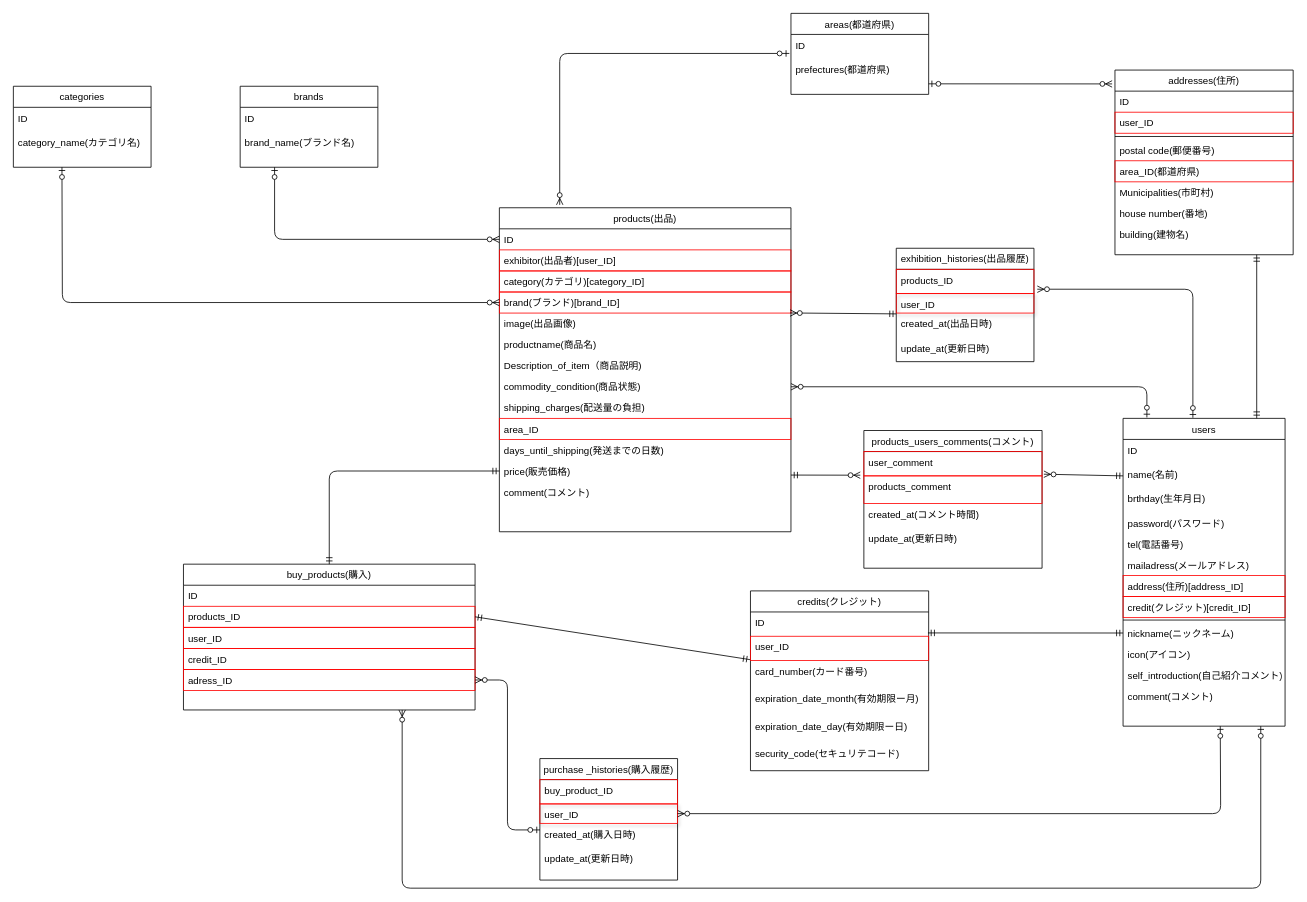
kazumasa1111/merucari keeps this draw.io diagram as ER.drawio. Above is the earlier version. Source tidied: cells renumbered, new cells numbered last; positions are measured from the earlier drawing's top-left corner, leaving out a move shared by most shapes. Both pictures are drawn from the tidied source at 81%, with x=0, y=0 at pixel (13, 13).
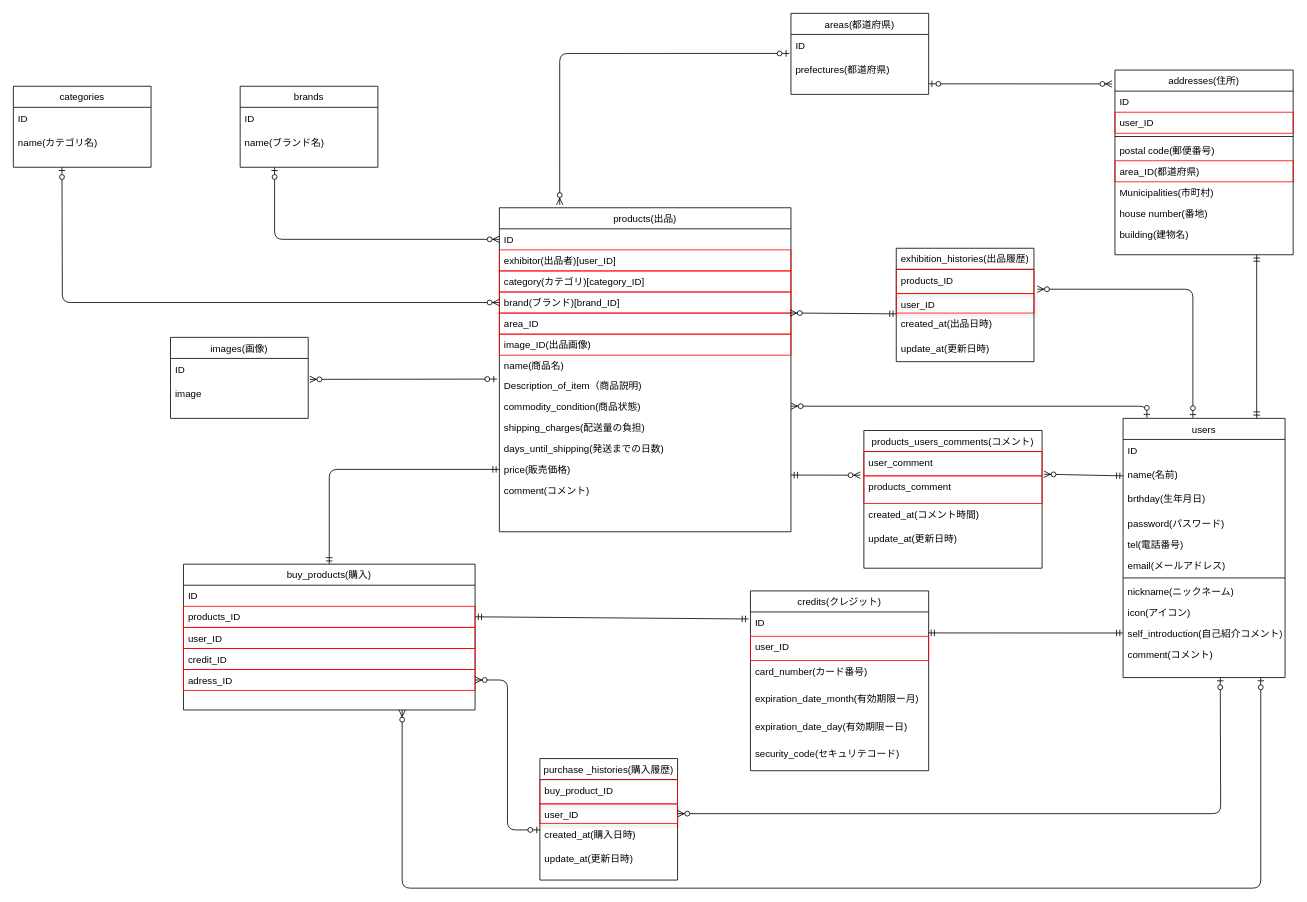
The same page after the edit.

Unchanged cells that the change refers to:
```xml
<mxCell id="2" value="products(出品)" style="swimlane;fontStyle=0;align=center;verticalAlign=top;horizontal=1;startSize=26;rounded=0;shadow=0;strokeWidth=1;" parent="1" vertex="1">
  <mxGeometry x="600" y="240" width="360" height="400" as="geometry" />
</mxCell>
<mxCell id="47" value="ID" style="text;align=left;verticalAlign=top;spacingLeft=4;spacingRight=4;overflow=hidden;points=[[0,0.5],[1,0.5]];portConstraint=eastwest;" parent="46" vertex="1">
  <mxGeometry y="26" width="220" height="30" as="geometry" />
</mxCell>
<mxCell id="48" value="user_ID" style="text;align=left;verticalAlign=top;spacingLeft=4;spacingRight=4;overflow=hidden;points=[[0,0.5],[1,0.5]];portConstraint=eastwest;strokeColor=#FF0000;" parent="46" vertex="1">
  <mxGeometry y="56" width="220" height="30" as="geometry" />
</mxCell>
<mxCell id="49" value="card_number(カード番号)" style="text;align=left;verticalAlign=top;spacingLeft=4;spacingRight=4;overflow=hidden;points=[[0,0.5],[1,0.5]];portConstraint=eastwest;" parent="46" vertex="1">
  <mxGeometry y="86" width="220" height="34" as="geometry" />
</mxCell>
<mxCell id="54" value="brands" style="swimlane;fontStyle=0;align=center;verticalAlign=top;horizontal=1;startSize=26;rounded=0;shadow=0;strokeWidth=1;" parent="1" vertex="1">
  <mxGeometry x="280" y="90" width="170" height="100" as="geometry" />
</mxCell>
<mxCell id="57" value="categories" style="swimlane;fontStyle=0;align=center;verticalAlign=top;horizontal=1;startSize=26;rounded=0;shadow=0;strokeWidth=1;" parent="1" vertex="1">
  <mxGeometry y="90" width="170" height="100" as="geometry" />
</mxCell>
<mxCell id="65" value="buy_products(購入)" style="swimlane;fontStyle=0;align=center;verticalAlign=top;horizontal=1;startSize=26;rounded=0;shadow=0;strokeWidth=1;" parent="1" vertex="1">
  <mxGeometry x="210" y="680" width="360" height="180" as="geometry" />
</mxCell>
<mxCell id="67" value="products_ID" style="text;align=left;verticalAlign=top;spacingLeft=4;spacingRight=4;overflow=hidden;points=[[0,0.5],[1,0.5]];portConstraint=eastwest;rounded=0;shadow=0;html=0;strokeColor=#FF0000;" parent="65" vertex="1">
  <mxGeometry y="52" width="360" height="26" as="geometry" />
</mxCell>
<mxCell id="80" value="user_ID" style="text;align=left;verticalAlign=top;spacingLeft=4;spacingRight=4;overflow=hidden;points=[[0,0.5],[1,0.5]];portConstraint=eastwest;shadow=1;strokeColor=#FF0000;" parent="78" vertex="1">
  <mxGeometry y="56" width="170" height="24" as="geometry" />
</mxCell>
```

Change to the diagram source:
```diff
@@
-    <mxCell id="7" value="image(出品画像)" style="text;align=left;verticalAlign=top;spacingLeft=4;spacingRight=4;overflow=hidden;points=[[0,0.5],[1,0.5]];portConstraint=eastwest;" parent="2" vertex="1">
-      <mxGeometry y="130" width="360" height="26" as="geometry" />
-    </mxCell>
+    <mxCell id="12" value="area_ID" style="text;align=left;verticalAlign=top;spacingLeft=4;spacingRight=4;overflow=hidden;rounded=0;shadow=0;html=0;strokeColor=#FF0000;" parent="2" vertex="1">
+      <mxGeometry y="130" width="360" height="26" as="geometry" />
+    </mxCell>
+    <mxCell id="92" value="image_ID(出品画像)" style="text;align=left;verticalAlign=top;spacingLeft=4;spacingRight=4;overflow=hidden;rounded=0;shadow=0;html=0;strokeColor=#FF0000;" parent="2" vertex="1">
+      <mxGeometry y="156" width="360" height="26" as="geometry" />
+    </mxCell>
-    <mxCell id="8" value="productname(商品名)" style="text;align=left;verticalAlign=top;spacingLeft=4;spacingRight=4;overflow=hidden;rounded=0;shadow=0;html=0;" parent="2" vertex="1">
-      <mxGeometry y="156" width="360" height="26" as="geometry" />
+    <mxCell id="8" value="name(商品名)" style="text;align=left;verticalAlign=top;spacingLeft=4;spacingRight=4;overflow=hidden;rounded=0;shadow=0;html=0;" parent="2" vertex="1">
+      <mxGeometry y="182" width="360" height="24" as="geometry" />
     </mxCell>
     <mxCell id="9" value="Description_of_item（商品説明)" style="text;align=left;verticalAlign=top;spacingLeft=4;spacingRight=4;overflow=hidden;points=[[0,0.5],[1,0.5]];portConstraint=eastwest;rounded=0;shadow=0;html=0;" parent="2" vertex="1">
-      <mxGeometry y="182" width="360" height="26" as="geometry" />
+      <mxGeometry y="206" width="360" height="26" as="geometry" />
     </mxCell>
     <mxCell id="10" value="commodity_condition(商品状態)" style="text;align=left;verticalAlign=top;spacingLeft=4;spacingRight=4;overflow=hidden;points=[[0,0.5],[1,0.5]];portConstraint=eastwest;rounded=0;shadow=0;html=0;" parent="2" vertex="1">
-      <mxGeometry y="208" width="360" height="26" as="geometry" />
+      <mxGeometry y="232" width="360" height="26" as="geometry" />
     </mxCell>
     <mxCell id="11" value="shipping_charges(配送量の負担)" style="text;align=left;verticalAlign=top;spacingLeft=4;spacingRight=4;overflow=hidden;rounded=0;shadow=0;html=0;" parent="2" vertex="1">
-      <mxGeometry y="234" width="360" height="26" as="geometry" />
+      <mxGeometry y="258" width="360" height="26" as="geometry" />
     </mxCell>
-    <mxCell id="12" value="area_ID" style="text;align=left;verticalAlign=top;spacingLeft=4;spacingRight=4;overflow=hidden;rounded=0;shadow=0;html=0;strokeColor=#FF0000;" parent="2" vertex="1">
-      <mxGeometry y="260" width="360" height="26" as="geometry" />
-    </mxCell>
     <mxCell id="13" value="days_until_shipping(発送までの日数)" style="text;align=left;verticalAlign=top;spacingLeft=4;spacingRight=4;overflow=hidden;rounded=0;shadow=0;html=0;" parent="2" vertex="1">
-      <mxGeometry y="286" width="360" height="26" as="geometry" />
+      <mxGeometry y="284" width="360" height="26" as="geometry" />
     </mxCell>
     <mxCell id="14" value="price(販売価格)" style="text;align=left;verticalAlign=top;spacingLeft=4;spacingRight=4;overflow=hidden;points=[[0,0.5],[1,0.5]];portConstraint=eastwest;rounded=0;shadow=0;html=0;" parent="2" vertex="1">
-      <mxGeometry y="312" width="360" height="26" as="geometry" />
+      <mxGeometry y="310" width="360" height="26" as="geometry" />
     </mxCell>
     <mxCell id="15" value="comment(コメント)" style="text;align=left;verticalAlign=top;spacingLeft=4;spacingRight=4;overflow=hidden;rounded=0;shadow=0;html=0;" parent="2" vertex="1">
-      <mxGeometry y="338" width="360" height="26" as="geometry" />
+      <mxGeometry y="336" width="360" height="26" as="geometry" />
     </mxCell>
@@
     <mxCell id="25" value="users" style="swimlane;fontStyle=0;align=center;verticalAlign=top;horizontal=1;startSize=26;rounded=0;shadow=0;strokeWidth=1;" parent="1" vertex="1">
-      <mxGeometry x="1370" y="500" width="200" height="380" as="geometry" />
+      <mxGeometry x="1370" y="500" width="200" height="320" as="geometry" />
     </mxCell>
@@
-    <mxCell id="31" value="mailadress(メールアドレス)" style="text;align=left;verticalAlign=top;spacingLeft=4;spacingRight=4;overflow=hidden;" parent="25" vertex="1">
+    <mxCell id="31" value="email(メールアドレス)" style="text;align=left;verticalAlign=top;spacingLeft=4;spacingRight=4;overflow=hidden;" parent="25" vertex="1">
       <mxGeometry y="168" width="200" height="26" as="geometry" />
     </mxCell>
-    <mxCell id="32" value="address(住所)[address_ID]" style="text;align=left;verticalAlign=top;spacingLeft=4;spacingRight=4;overflow=hidden;strokeColor=#FF0000;" parent="25" vertex="1">
-      <mxGeometry y="194" width="200" height="26" as="geometry" />
-    </mxCell>
-    <mxCell id="33" value="credit(クレジット)[credit_ID]" style="text;align=left;verticalAlign=top;spacingLeft=4;spacingRight=4;overflow=hidden;strokeColor=#FF0000;" parent="25" vertex="1">
-      <mxGeometry y="220" width="200" height="26" as="geometry" />
-    </mxCell>
     <mxCell id="34" style="line;html=1;strokeWidth=1;align=left;verticalAlign=middle;spacingTop=-1;spacingLeft=3;spacingRight=3;labelPosition=right;" parent="25" vertex="1">
-      <mxGeometry y="246" width="200" height="6" as="geometry" />
+      <mxGeometry y="194" width="200" height="6" as="geometry" />
     </mxCell>
     <mxCell id="35" value="nickname(ニックネーム)" style="text;align=left;verticalAlign=top;spacingLeft=4;spacingRight=4;overflow=hidden;points=[[0,0.5],[1,0.5]];portConstraint=eastwest;" parent="25" vertex="1">
-      <mxGeometry y="252" width="200" height="26" as="geometry" />
+      <mxGeometry y="200" width="200" height="26" as="geometry" />
     </mxCell>
     <mxCell id="36" value="icon(アイコン)" style="text;align=left;verticalAlign=top;spacingLeft=4;spacingRight=4;overflow=hidden;" parent="25" vertex="1">
-      <mxGeometry y="278" width="200" height="26" as="geometry" />
+      <mxGeometry y="226" width="200" height="26" as="geometry" />
     </mxCell>
     <mxCell id="37" value="self_introduction(自己紹介コメント)" style="text;align=left;verticalAlign=top;spacingLeft=4;spacingRight=4;overflow=hidden;points=[[0,0.5],[1,0.5]];portConstraint=eastwest;" parent="25" vertex="1">
-      <mxGeometry y="304" width="200" height="26" as="geometry" />
+      <mxGeometry y="252" width="200" height="26" as="geometry" />
     </mxCell>
     <mxCell id="38" value="comment(コメント)" style="text;align=left;verticalAlign=top;spacingLeft=4;spacingRight=4;overflow=hidden;" parent="25" vertex="1">
-      <mxGeometry y="330" width="200" height="26" as="geometry" />
+      <mxGeometry y="278" width="200" height="26" as="geometry" />
     </mxCell>
@@
-    <mxCell id="53" style="fontSize=12;html=1;endArrow=ERmandOne;startArrow=ERmandOne;exitX=0.996;exitY=-0.137;exitDx=0;exitDy=0;exitPerimeter=0;entryX=0;entryY=0.5;entryDx=0;entryDy=0;" parent="1" edge="1" source="48" target="35">
+    <mxCell id="53" style="fontSize=12;html=1;endArrow=ERmandOne;startArrow=ERmandOne;exitX=0.996;exitY=-0.137;exitDx=0;exitDy=0;exitPerimeter=0;entryX=0;entryY=0.5;entryDx=0;entryDy=0;" parent="1" edge="1" source="48" target="37">
       <mxGeometry relative="1" as="geometry" />
     </mxCell>
@@
-    <mxCell id="56" value="brand_name(ブランド名)" style="text;align=left;verticalAlign=top;spacingLeft=4;spacingRight=4;overflow=hidden;" parent="54" vertex="1">
+    <mxCell id="56" value="name(ブランド名)" style="text;align=left;verticalAlign=top;spacingLeft=4;spacingRight=4;overflow=hidden;" parent="54" vertex="1">
       <mxGeometry y="56" width="170" height="30" as="geometry" />
     </mxCell>
@@
-    <mxCell id="59" value="category_name(カテゴリ名)" style="text;align=left;verticalAlign=top;spacingLeft=4;spacingRight=4;overflow=hidden;" parent="57" vertex="1">
+    <mxCell id="59" value="name(カテゴリ名)" style="text;align=left;verticalAlign=top;spacingLeft=4;spacingRight=4;overflow=hidden;" parent="57" vertex="1">
       <mxGeometry y="56" width="170" height="30" as="geometry" />
     </mxCell>
@@
+    <mxCell id="93" value="images(画像)" style="swimlane;fontStyle=0;align=center;verticalAlign=top;horizontal=1;startSize=26;rounded=0;shadow=0;strokeWidth=1;" parent="1" vertex="1">
+      <mxGeometry x="194" y="400" width="170" height="100" as="geometry" />
+    </mxCell>
+    <mxCell id="94" value="ID" style="text;align=left;verticalAlign=top;spacingLeft=4;spacingRight=4;overflow=hidden;points=[[0,0.5],[1,0.5]];portConstraint=eastwest;" parent="93" vertex="1">
+      <mxGeometry y="26" width="170" height="30" as="geometry" />
+    </mxCell>
+    <mxCell id="95" value="image" style="text;align=left;verticalAlign=top;spacingLeft=4;spacingRight=4;overflow=hidden;strokeColor=none;" parent="93" vertex="1">
+      <mxGeometry y="56" width="170" height="26" as="geometry" />
+    </mxCell>
@@
     <mxCell id="84" style="edgeStyle=orthogonalEdgeStyle;fontSize=12;html=1;endArrow=ERzeroToMany;startArrow=ERzeroToOne;entryX=1;entryY=0.5;entryDx=0;entryDy=0;" parent="1" edge="1" target="80">
       <mxGeometry relative="1" as="geometry">
-        <mxPoint x="1490" y="880" as="sourcePoint" />
+        <mxPoint x="1490" y="820" as="sourcePoint" />
       </mxGeometry>
     </mxCell>
-    <mxCell id="85" style="fontSize=12;html=1;endArrow=ERmandOne;startArrow=ERmandOne;exitX=1;exitY=0.5;exitDx=0;exitDy=0;entryX=-0.003;entryY=-0.034;entryDx=0;entryDy=0;entryPerimeter=0;" parent="1" edge="1" source="67" target="49">
+    <mxCell id="85" style="fontSize=12;html=1;endArrow=ERmandOne;startArrow=ERmandOne;exitX=1;exitY=0.5;exitDx=0;exitDy=0;entryX=-0.01;entryY=0.289;entryDx=0;entryDy=0;entryPerimeter=0;" parent="1" edge="1" source="67" target="47">
       <mxGeometry relative="1" as="geometry" />
     </mxCell>
@@
-    <mxCell id="88" style="fontSize=12;html=1;endArrow=ERzeroToMany;startArrow=ERmandOne;exitX=0;exitY=0.5;exitDx=0;exitDy=0;entryX=0.997;entryY=-0.004;entryDx=0;entryDy=0;entryPerimeter=0;" parent="1" edge="1" target="7">
+    <mxCell id="88" style="fontSize=12;html=1;endArrow=ERzeroToMany;startArrow=ERmandOne;exitX=0;exitY=0.5;exitDx=0;exitDy=0;entryX=0.997;entryY=-0.004;entryDx=0;entryDy=0;entryPerimeter=0;" parent="1" edge="1">
       <mxGeometry relative="1" as="geometry">
         <mxPoint x="1090" y="371" as="sourcePoint" />
+        <mxPoint x="958.9" y="369.9" as="targetPoint" />
       </mxGeometry>
     </mxCell>
@@
     <mxCell id="91" style="edgeStyle=orthogonalEdgeStyle;fontSize=12;html=1;endArrow=ERzeroToMany;startArrow=ERzeroToOne;entryX=0.75;entryY=1;entryDx=0;entryDy=0;" parent="1" edge="1" target="65">
       <mxGeometry relative="1" as="geometry">
-        <mxPoint x="1540" y="880" as="sourcePoint" />
+        <mxPoint x="1540" y="820" as="sourcePoint" />
         <Array as="points">
           <mxPoint x="1540" y="1080" />
           <mxPoint x="480" y="1080" />
         </Array>
       </mxGeometry>
     </mxCell>
+    <mxCell id="96" style="fontSize=12;html=1;endArrow=ERzeroToMany;startArrow=ERzeroToOne;entryX=1.011;entryY=0.861;entryDx=0;entryDy=0;entryPerimeter=0;exitX=-0.008;exitY=0.212;exitDx=0;exitDy=0;exitPerimeter=0;" parent="1" edge="1" source="9" target="94">
+      <mxGeometry relative="1" as="geometry" />
+    </mxCell>
```
